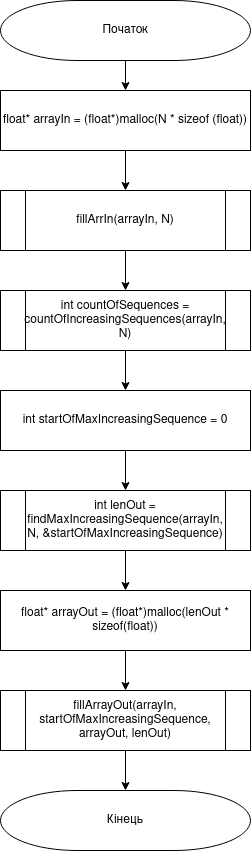
Before: lab12/doc/assets/main.png, a diagram exported from draw.io (belchinskaya/Programming-Belchinska). Source tidied: cells renumbered, new cells last; positions are measured from the earlier drawing's top-left corner, leaving out a move shared by most shapes. The source it was exported from:
```xml
<mxGraphModel>
  <root>
    <mxCell id="0" />
    <mxCell id="1" parent="0" />
    <mxCell id="2" style="edgeStyle=orthogonalEdgeStyle;rounded=0;jettySize=auto;html=1;exitX=0.5;exitY=1;exitDx=0;exitDy=0;exitPerimeter=0;entryX=0.5;entryY=0;entryDx=0;entryDy=0;" parent="1" edge="1" source="3" target="6">
      <mxGeometry relative="1" as="geometry" />
    </mxCell>
    <mxCell id="3" value="Початок" style="strokeWidth=1;html=1;shape=mxgraph.flowchart.terminator;whiteSpace=wrap;" parent="1" vertex="1">
      <mxGeometry width="250" height="60" as="geometry" />
    </mxCell>
    <mxCell id="4" value="Кінець" style="strokeWidth=1;html=1;shape=mxgraph.flowchart.terminator;whiteSpace=wrap;" parent="1" vertex="1">
      <mxGeometry y="790" width="250" height="60" as="geometry" />
    </mxCell>
    <mxCell id="5" style="edgeStyle=orthogonalEdgeStyle;rounded=0;jettySize=auto;html=1;exitX=0.5;exitY=1;exitDx=0;exitDy=0;" parent="1" edge="1" source="6" target="8">
      <mxGeometry relative="1" as="geometry" />
    </mxCell>
    <mxCell id="6" value="&lt;span class=&quot;pl-k&quot;&gt;float&lt;/span&gt;* arrayIn = (&lt;span class=&quot;pl-k&quot;&gt;float&lt;/span&gt;*)&lt;span class=&quot;pl-c1&quot;&gt;malloc&lt;/span&gt;(N * &lt;span class=&quot;pl-k&quot;&gt;sizeof&lt;/span&gt; (&lt;span class=&quot;pl-k&quot;&gt;float&lt;/span&gt;))" style="rounded=0;whiteSpace=wrap;html=1;strokeWidth=1;" parent="1" vertex="1">
      <mxGeometry y="90" width="250" height="60" as="geometry" />
    </mxCell>
    <mxCell id="7" style="edgeStyle=orthogonalEdgeStyle;rounded=0;jettySize=auto;html=1;exitX=0.5;exitY=1;exitDx=0;exitDy=0;entryX=0.5;entryY=0;entryDx=0;entryDy=0;" parent="1" edge="1" source="8" target="10">
      <mxGeometry relative="1" as="geometry" />
    </mxCell>
    <mxCell id="8" value="&lt;span class=&quot;pl-c1&quot;&gt;fillArrIn&lt;/span&gt;(arrayIn, N)" style="shape=process;whiteSpace=wrap;html=1;backgroundOutline=1;strokeWidth=1;" parent="1" vertex="1">
      <mxGeometry y="190" width="250" height="60" as="geometry" />
    </mxCell>
    <mxCell id="9" style="edgeStyle=orthogonalEdgeStyle;rounded=0;jettySize=auto;html=1;exitX=0.5;exitY=1;exitDx=0;exitDy=0;" parent="1" edge="1" source="10" target="14">
      <mxGeometry relative="1" as="geometry" />
    </mxCell>
    <mxCell id="10" value="&lt;span class=&quot;pl-k&quot;&gt;int &lt;/span&gt;countOfSequences = &lt;span class=&quot;pl-c1&quot;&gt;countOfIncreasingSequences&lt;/span&gt;(arrayIn, N)" style="shape=process;whiteSpace=wrap;html=1;backgroundOutline=1;strokeWidth=1;" parent="1" vertex="1">
      <mxGeometry y="290" width="250" height="60" as="geometry" />
    </mxCell>
    <mxCell id="11" style="edgeStyle=orthogonalEdgeStyle;rounded=0;jettySize=auto;html=1;exitX=0.5;exitY=1;exitDx=0;exitDy=0;entryX=0.5;entryY=0;entryDx=0;entryDy=0;" parent="1" edge="1" source="12" target="18">
      <mxGeometry relative="1" as="geometry" />
    </mxCell>
    <mxCell id="12" value="&lt;span class=&quot;pl-k&quot;&gt;int&lt;/span&gt; lenOut = &lt;span class=&quot;pl-c1&quot;&gt;findMaxIncreasingSequence&lt;/span&gt;(arrayIn, N, &amp;amp;startOfMaxIncreasingSequence)" style="shape=process;whiteSpace=wrap;html=1;backgroundOutline=1;strokeWidth=1;" parent="1" vertex="1">
      <mxGeometry y="490" width="250" height="60" as="geometry" />
    </mxCell>
    <mxCell id="13" style="edgeStyle=orthogonalEdgeStyle;rounded=0;jettySize=auto;html=1;exitX=0.5;exitY=1;exitDx=0;exitDy=0;entryX=0.5;entryY=0;entryDx=0;entryDy=0;" parent="1" edge="1" source="14" target="12">
      <mxGeometry relative="1" as="geometry" />
    </mxCell>
    <mxCell id="14" value="&lt;span class=&quot;pl-k&quot;&gt;int&lt;/span&gt; startOfMaxIncreasingSequence = &lt;span class=&quot;pl-c1&quot;&gt;0&lt;/span&gt;" style="rounded=0;whiteSpace=wrap;html=1;strokeWidth=1;" parent="1" vertex="1">
      <mxGeometry y="390" width="250" height="60" as="geometry" />
    </mxCell>
    <mxCell id="15" style="edgeStyle=orthogonalEdgeStyle;rounded=0;jettySize=auto;html=1;exitX=0.5;exitY=1;exitDx=0;exitDy=0;entryX=0.5;entryY=0;entryDx=0;entryDy=0;entryPerimeter=0;" parent="1" edge="1" source="16" target="4">
      <mxGeometry relative="1" as="geometry" />
    </mxCell>
    <mxCell id="16" value="&lt;span class=&quot;pl-c1&quot;&gt;fillArrayOut&lt;/span&gt;(arrayIn, startOfMaxIncreasingSequence, arrayOut, lenOut)" style="shape=process;whiteSpace=wrap;html=1;backgroundOutline=1;strokeWidth=1;" parent="1" vertex="1">
      <mxGeometry y="690" width="250" height="60" as="geometry" />
    </mxCell>
    <mxCell id="17" style="edgeStyle=orthogonalEdgeStyle;rounded=0;jettySize=auto;html=1;exitX=0.5;exitY=1;exitDx=0;exitDy=0;" parent="1" edge="1" source="18" target="16">
      <mxGeometry relative="1" as="geometry" />
    </mxCell>
    <mxCell id="18" value="&lt;span class=&quot;pl-k&quot;&gt;float&lt;/span&gt;* arrayOut = (&lt;span class=&quot;pl-k&quot;&gt;float&lt;/span&gt;*)&lt;span class=&quot;pl-c1&quot;&gt;malloc&lt;/span&gt;(lenOut * &lt;span class=&quot;pl-k&quot;&gt;sizeof&lt;/span&gt;(&lt;span class=&quot;pl-k&quot;&gt;float&lt;/span&gt;))" style="rounded=0;whiteSpace=wrap;html=1;strokeWidth=1;" parent="1" vertex="1">
      <mxGeometry y="590" width="250" height="60" as="geometry" />
    </mxCell>
  </root>
</mxGraphModel>
```
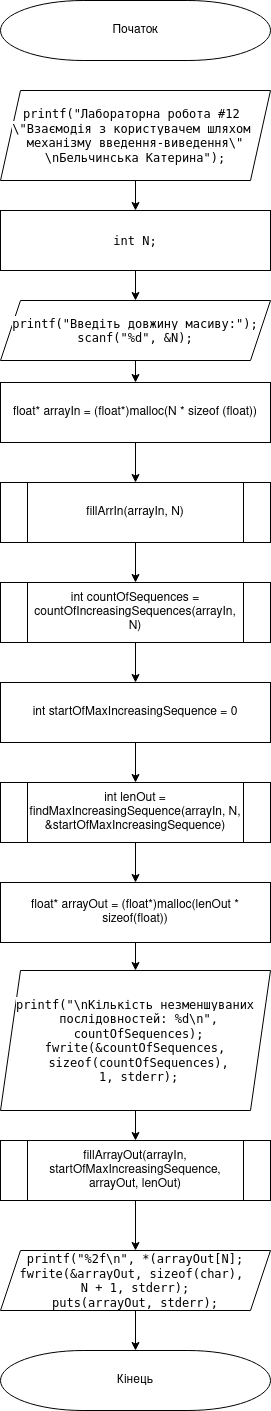
After the commit.

The edit, as a diff of the source:
```diff
@@ -2,56 +2,83 @@
   <root>
     <mxCell id="0" />
     <mxCell id="1" parent="0" />
-    <mxCell id="2" style="edgeStyle=orthogonalEdgeStyle;rounded=0;jettySize=auto;html=1;exitX=0.5;exitY=1;exitDx=0;exitDy=0;exitPerimeter=0;entryX=0.5;entryY=0;entryDx=0;entryDy=0;" parent="1" edge="1" source="3" target="6">
-      <mxGeometry relative="1" as="geometry" />
-    </mxCell>
     <mxCell id="3" value="Початок" style="strokeWidth=1;html=1;shape=mxgraph.flowchart.terminator;whiteSpace=wrap;" parent="1" vertex="1">
-      <mxGeometry width="250" height="60" as="geometry" />
+      <mxGeometry y="-292" width="270" height="60" as="geometry" />
     </mxCell>
     <mxCell id="4" value="Кінець" style="strokeWidth=1;html=1;shape=mxgraph.flowchart.terminator;whiteSpace=wrap;" parent="1" vertex="1">
-      <mxGeometry y="790" width="250" height="60" as="geometry" />
+      <mxGeometry y="1058" width="270" height="60" as="geometry" />
     </mxCell>
     <mxCell id="5" style="edgeStyle=orthogonalEdgeStyle;rounded=0;jettySize=auto;html=1;exitX=0.5;exitY=1;exitDx=0;exitDy=0;" parent="1" edge="1" source="6" target="8">
       <mxGeometry relative="1" as="geometry" />
     </mxCell>
     <mxCell id="6" value="&lt;span class=&quot;pl-k&quot;&gt;float&lt;/span&gt;* arrayIn = (&lt;span class=&quot;pl-k&quot;&gt;float&lt;/span&gt;*)&lt;span class=&quot;pl-c1&quot;&gt;malloc&lt;/span&gt;(N * &lt;span class=&quot;pl-k&quot;&gt;sizeof&lt;/span&gt; (&lt;span class=&quot;pl-k&quot;&gt;float&lt;/span&gt;))" style="rounded=0;whiteSpace=wrap;html=1;strokeWidth=1;" parent="1" vertex="1">
-      <mxGeometry y="90" width="250" height="60" as="geometry" />
+      <mxGeometry y="90" width="270" height="60" as="geometry" />
     </mxCell>
     <mxCell id="7" style="edgeStyle=orthogonalEdgeStyle;rounded=0;jettySize=auto;html=1;exitX=0.5;exitY=1;exitDx=0;exitDy=0;entryX=0.5;entryY=0;entryDx=0;entryDy=0;" parent="1" edge="1" source="8" target="10">
       <mxGeometry relative="1" as="geometry" />
     </mxCell>
     <mxCell id="8" value="&lt;span class=&quot;pl-c1&quot;&gt;fillArrIn&lt;/span&gt;(arrayIn, N)" style="shape=process;whiteSpace=wrap;html=1;backgroundOutline=1;strokeWidth=1;" parent="1" vertex="1">
-      <mxGeometry y="190" width="250" height="60" as="geometry" />
+      <mxGeometry y="190" width="270" height="60" as="geometry" />
     </mxCell>
     <mxCell id="9" style="edgeStyle=orthogonalEdgeStyle;rounded=0;jettySize=auto;html=1;exitX=0.5;exitY=1;exitDx=0;exitDy=0;" parent="1" edge="1" source="10" target="14">
       <mxGeometry relative="1" as="geometry" />
     </mxCell>
     <mxCell id="10" value="&lt;span class=&quot;pl-k&quot;&gt;int &lt;/span&gt;countOfSequences = &lt;span class=&quot;pl-c1&quot;&gt;countOfIncreasingSequences&lt;/span&gt;(arrayIn, N)" style="shape=process;whiteSpace=wrap;html=1;backgroundOutline=1;strokeWidth=1;" parent="1" vertex="1">
-      <mxGeometry y="290" width="250" height="60" as="geometry" />
+      <mxGeometry y="290" width="270" height="60" as="geometry" />
     </mxCell>
     <mxCell id="11" style="edgeStyle=orthogonalEdgeStyle;rounded=0;jettySize=auto;html=1;exitX=0.5;exitY=1;exitDx=0;exitDy=0;entryX=0.5;entryY=0;entryDx=0;entryDy=0;" parent="1" edge="1" source="12" target="18">
       <mxGeometry relative="1" as="geometry" />
     </mxCell>
     <mxCell id="12" value="&lt;span class=&quot;pl-k&quot;&gt;int&lt;/span&gt; lenOut = &lt;span class=&quot;pl-c1&quot;&gt;findMaxIncreasingSequence&lt;/span&gt;(arrayIn, N, &amp;amp;startOfMaxIncreasingSequence)" style="shape=process;whiteSpace=wrap;html=1;backgroundOutline=1;strokeWidth=1;" parent="1" vertex="1">
-      <mxGeometry y="490" width="250" height="60" as="geometry" />
+      <mxGeometry y="490" width="270" height="60" as="geometry" />
     </mxCell>
     <mxCell id="13" style="edgeStyle=orthogonalEdgeStyle;rounded=0;jettySize=auto;html=1;exitX=0.5;exitY=1;exitDx=0;exitDy=0;entryX=0.5;entryY=0;entryDx=0;entryDy=0;" parent="1" edge="1" source="14" target="12">
       <mxGeometry relative="1" as="geometry" />
     </mxCell>
     <mxCell id="14" value="&lt;span class=&quot;pl-k&quot;&gt;int&lt;/span&gt; startOfMaxIncreasingSequence = &lt;span class=&quot;pl-c1&quot;&gt;0&lt;/span&gt;" style="rounded=0;whiteSpace=wrap;html=1;strokeWidth=1;" parent="1" vertex="1">
-      <mxGeometry y="390" width="250" height="60" as="geometry" />
+      <mxGeometry y="390" width="270" height="60" as="geometry" />
     </mxCell>
-    <mxCell id="15" style="edgeStyle=orthogonalEdgeStyle;rounded=0;jettySize=auto;html=1;exitX=0.5;exitY=1;exitDx=0;exitDy=0;entryX=0.5;entryY=0;entryDx=0;entryDy=0;entryPerimeter=0;" parent="1" edge="1" source="16" target="4">
-      <mxGeometry relative="1" as="geometry" />
-    </mxCell>
+    <mxCell id="19" style="edgeStyle=orthogonalEdgeStyle;rounded=0;jettySize=auto;html=1;exitX=0.5;exitY=1;exitDx=0;exitDy=0;" parent="1" edge="1" source="16" target="30">
+      <mxGeometry relative="1" as="geometry" />
+    </mxCell>
     <mxCell id="16" value="&lt;span class=&quot;pl-c1&quot;&gt;fillArrayOut&lt;/span&gt;(arrayIn, startOfMaxIncreasingSequence, arrayOut, lenOut)" style="shape=process;whiteSpace=wrap;html=1;backgroundOutline=1;strokeWidth=1;" parent="1" vertex="1">
-      <mxGeometry y="690" width="250" height="60" as="geometry" />
+      <mxGeometry y="848" width="270" height="60" as="geometry" />
     </mxCell>
-    <mxCell id="17" style="edgeStyle=orthogonalEdgeStyle;rounded=0;jettySize=auto;html=1;exitX=0.5;exitY=1;exitDx=0;exitDy=0;" parent="1" edge="1" source="18" target="16">
-      <mxGeometry relative="1" as="geometry" />
-    </mxCell>
+    <mxCell id="20" style="edgeStyle=orthogonalEdgeStyle;rounded=0;jettySize=auto;html=1;exitX=0.5;exitY=1;exitDx=0;exitDy=0;" parent="1" edge="1" source="18" target="28">
+      <mxGeometry relative="1" as="geometry" />
+    </mxCell>
     <mxCell id="18" value="&lt;span class=&quot;pl-k&quot;&gt;float&lt;/span&gt;* arrayOut = (&lt;span class=&quot;pl-k&quot;&gt;float&lt;/span&gt;*)&lt;span class=&quot;pl-c1&quot;&gt;malloc&lt;/span&gt;(lenOut * &lt;span class=&quot;pl-k&quot;&gt;sizeof&lt;/span&gt;(&lt;span class=&quot;pl-k&quot;&gt;float&lt;/span&gt;))" style="rounded=0;whiteSpace=wrap;html=1;strokeWidth=1;" parent="1" vertex="1">
-      <mxGeometry y="590" width="250" height="60" as="geometry" />
+      <mxGeometry y="590" width="270" height="60" as="geometry" />
     </mxCell>
+    <mxCell id="21" style="edgeStyle=orthogonalEdgeStyle;rounded=0;jettySize=auto;html=1;exitX=0.5;exitY=1;exitDx=0;exitDy=0;" parent="1" edge="1" source="22" target="24">
+      <mxGeometry relative="1" as="geometry" />
+    </mxCell>
+    <mxCell id="22" value="&lt;pre style=&quot;font-family: &amp;#34;jetbrains mono&amp;#34; , monospace&quot;&gt;&lt;span style=&quot;background-color: rgb(255 , 255 , 255)&quot;&gt;printf(&quot;Лабораторна робота #12 &lt;br&gt;\&quot;Взаємодія з користувачем шляхом &lt;br&gt;механізму введення-виведення\&quot;&lt;br&gt;\nБельчинська Катерина&quot;);&lt;/span&gt;&lt;/pre&gt;" style="shape=parallelogram;perimeter=parallelogramPerimeter;whiteSpace=wrap;html=1;fixedSize=1;" parent="1" vertex="1">
+      <mxGeometry y="-202" width="270" height="90" as="geometry" />
+    </mxCell>
+    <mxCell id="23" style="edgeStyle=orthogonalEdgeStyle;rounded=0;jettySize=auto;html=1;exitX=0.5;exitY=1;exitDx=0;exitDy=0;" parent="1" edge="1" source="24" target="26">
+      <mxGeometry relative="1" as="geometry" />
+    </mxCell>
+    <mxCell id="24" value="&lt;pre style=&quot;font-family: &amp;#34;jetbrains mono&amp;#34; , monospace&quot;&gt;&lt;span style=&quot;background-color: rgb(255 , 255 , 255)&quot;&gt;int N;&lt;/span&gt;&lt;/pre&gt;" style="rounded=0;whiteSpace=wrap;html=1;" parent="1" vertex="1">
+      <mxGeometry y="-82" width="270" height="60" as="geometry" />
+    </mxCell>
+    <mxCell id="25" style="edgeStyle=orthogonalEdgeStyle;rounded=0;jettySize=auto;html=1;exitX=0.5;exitY=1;exitDx=0;exitDy=0;" parent="1" edge="1" source="26" target="6">
+      <mxGeometry relative="1" as="geometry" />
+    </mxCell>
+    <mxCell id="26" value="&lt;pre style=&quot;font-family: &amp;#34;jetbrains mono&amp;#34; , monospace&quot;&gt;&lt;span style=&quot;background-color: rgb(255 , 255 , 255)&quot;&gt;printf(&quot;Введіть довжину масиву:&quot;);&lt;br&gt;scanf(&quot;%d&quot;, &amp;amp;N);&lt;/span&gt;&lt;/pre&gt;" style="shape=parallelogram;perimeter=parallelogramPerimeter;whiteSpace=wrap;html=1;fixedSize=1;" parent="1" vertex="1">
+      <mxGeometry y="8" width="270" height="60" as="geometry" />
+    </mxCell>
+    <mxCell id="27" style="edgeStyle=orthogonalEdgeStyle;rounded=0;jettySize=auto;html=1;exitX=0.5;exitY=1;exitDx=0;exitDy=0;" parent="1" edge="1" source="28" target="16">
+      <mxGeometry relative="1" as="geometry" />
+    </mxCell>
+    <mxCell id="28" value="&lt;pre style=&quot;font-family: &amp;#34;jetbrains mono&amp;#34; , monospace&quot;&gt;&lt;span style=&quot;background-color: rgb(255 , 255 , 255)&quot;&gt;printf(&quot;\nКількість незменшуваних&lt;br&gt; послідовностей: %d\n&quot;,&lt;br&gt; countOfSequences);&lt;br&gt;fwrite(&amp;amp;countOfSequences,&lt;br&gt; sizeof(countOfSequences),&lt;br&gt; 1, stderr);&lt;/span&gt;&lt;/pre&gt;" style="shape=parallelogram;perimeter=parallelogramPerimeter;whiteSpace=wrap;html=1;fixedSize=1;" parent="1" vertex="1">
+      <mxGeometry y="678" width="270" height="140" as="geometry" />
+    </mxCell>
+    <mxCell id="29" style="edgeStyle=orthogonalEdgeStyle;rounded=0;jettySize=auto;html=1;exitX=0.5;exitY=1;exitDx=0;exitDy=0;" parent="1" edge="1" source="30" target="4">
+      <mxGeometry relative="1" as="geometry" />
+    </mxCell>
+    <mxCell id="30" value="&lt;pre style=&quot;font-family: &amp;#34;jetbrains mono&amp;#34; , monospace&quot;&gt;&lt;span style=&quot;background-color: rgb(255 , 255 , 255)&quot;&gt;printf(&quot;%2f\n&quot;, *(arrayOut[N];&lt;br&gt;fwrite(&amp;amp;arrayOut, sizeof(char), &lt;br&gt;N + 1, stderr);&lt;br&gt;puts(arrayOut, stderr);&lt;/span&gt;&lt;/pre&gt;" style="shape=parallelogram;perimeter=parallelogramPerimeter;whiteSpace=wrap;html=1;fixedSize=1;" parent="1" vertex="1">
+      <mxGeometry y="958" width="270" height="60" as="geometry" />
+    </mxCell>
   </root>
 </mxGraphModel>
```
